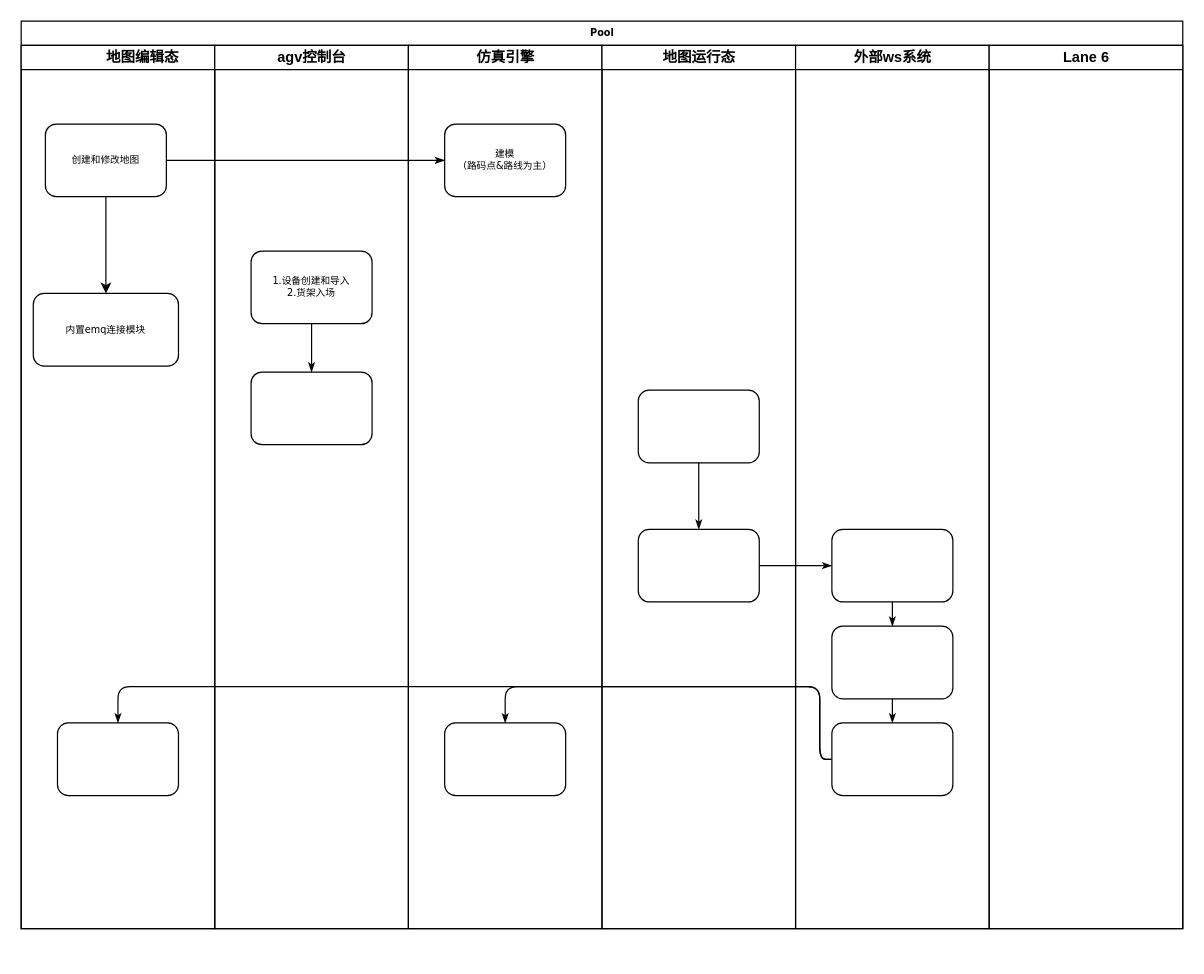
Above: 未命名绘图.drawio in longwoqiankun/drawio (draw.io), before the change. Source tidied: cells renumbered, new cells numbered last; positions are measured from the earlier drawing's top-left corner, leaving out a move shared by most shapes. Both pictures are drawn from the tidied source at 121%, with x=0, y=0 at pixel (21, 21).
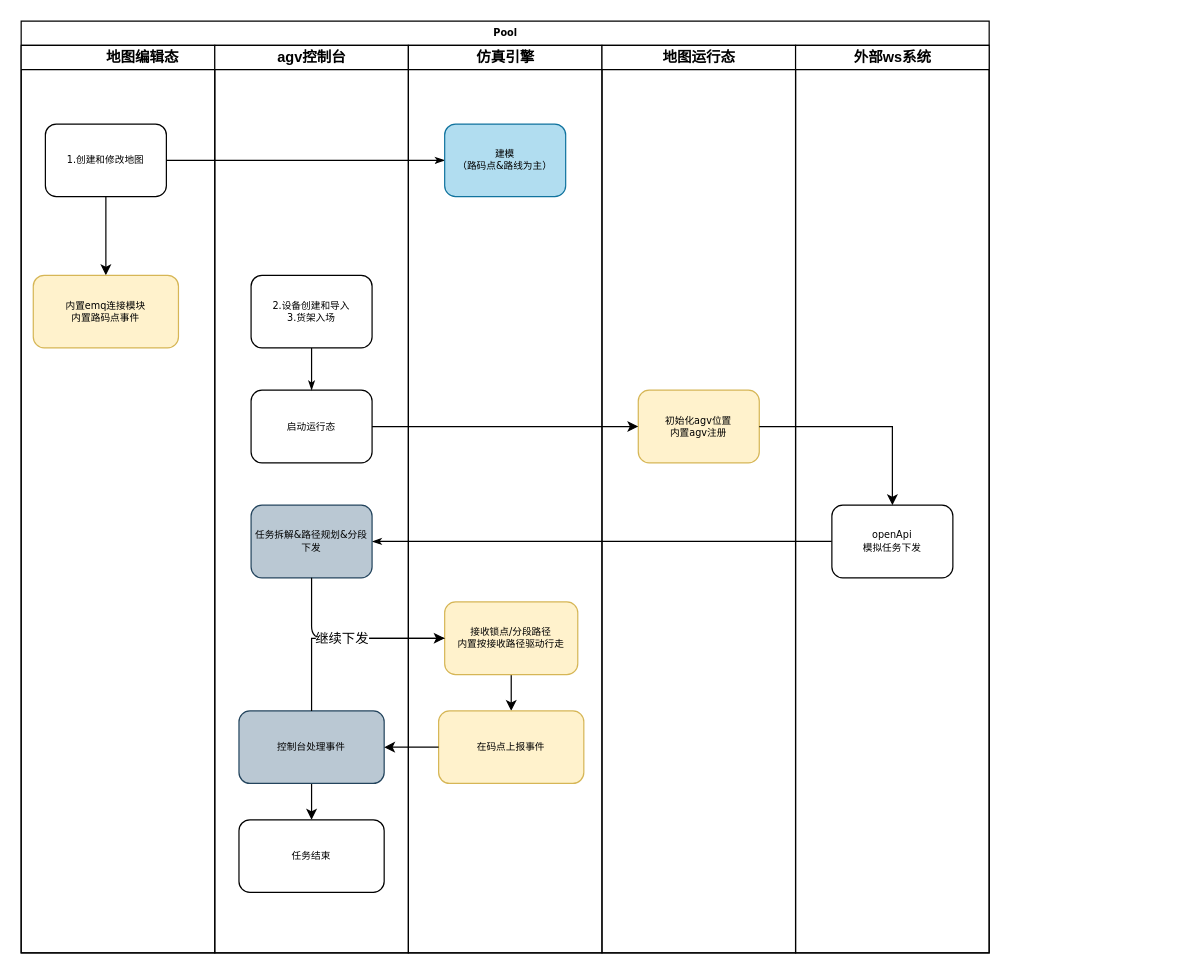
Above is the later version.

Change to the diagram source:
```diff
@@
     <mxCell id="2" value="Pool" style="swimlane;html=1;startSize=20;rounded=0;shadow=0;labelBackgroundColor=none;strokeWidth=1;fontFamily=Verdana;fontSize=8;align=center;" parent="1" vertex="1">
-      <mxGeometry width="960" height="750" as="geometry" />
+      <mxGeometry width="800" height="770" as="geometry" />
     </mxCell>
     <mxCell id="3" value="&lt;blockquote style=&quot;margin: 0 0 0 40px; border: none; padding: 0px;&quot;&gt;地图编辑态&lt;/blockquote&gt;" style="swimlane;html=1;startSize=20;" parent="2" vertex="1">
-      <mxGeometry y="20" width="160" height="730" as="geometry" />
+      <mxGeometry y="20" width="160" height="750" as="geometry" />
     </mxCell>
@@
-    <mxCell id="5" value="创建和修改地图" style="rounded=1;whiteSpace=wrap;html=1;shadow=0;labelBackgroundColor=none;strokeWidth=1;fontFamily=Verdana;fontSize=8;align=center;" parent="3" vertex="1">
+    <mxCell id="5" value="1.创建和修改地图" style="rounded=1;whiteSpace=wrap;html=1;shadow=0;labelBackgroundColor=none;strokeWidth=1;fontFamily=Verdana;fontSize=8;align=center;" parent="3" vertex="1">
       <mxGeometry x="20" y="65" width="100" height="60" as="geometry" />
     </mxCell>
-    <mxCell id="6" style="rounded=1;whiteSpace=wrap;html=1;shadow=0;labelBackgroundColor=none;strokeWidth=1;fontFamily=Verdana;fontSize=8;align=center;" parent="3" vertex="1">
-      <mxGeometry x="30" y="560" width="100" height="60" as="geometry" />
-    </mxCell>
-    <mxCell id="7" value="内置emq连接模块" style="whiteSpace=wrap;html=1;fontSize=8;fontFamily=Verdana;rounded=1;shadow=0;labelBackgroundColor=none;strokeWidth=1;" parent="3" vertex="1">
-      <mxGeometry x="10" y="205" width="120" height="60" as="geometry" />
+    <mxCell id="7" value="内置emq连接模块&lt;br&gt;内置路码点事件" style="whiteSpace=wrap;html=1;fontSize=8;fontFamily=Verdana;rounded=1;shadow=0;labelBackgroundColor=none;strokeWidth=1;fillColor=#fff2cc;strokeColor=#d6b656;" parent="3" vertex="1">
+      <mxGeometry x="10" y="190" width="120" height="60" as="geometry" />
     </mxCell>
@@
-    <mxCell id="9" style="edgeStyle=orthogonalEdgeStyle;rounded=1;html=1;labelBackgroundColor=none;startArrow=none;startFill=0;startSize=5;endArrow=classicThin;endFill=1;endSize=5;jettySize=auto;strokeWidth=1;fontFamily=Verdana;fontSize=8;" parent="2" edge="1" source="21" target="24">
+    <mxCell id="9" style="edgeStyle=orthogonalEdgeStyle;rounded=1;html=1;labelBackgroundColor=none;startArrow=none;startFill=0;startSize=5;endArrow=classicThin;endFill=1;endSize=5;jettySize=auto;strokeWidth=1;fontFamily=Verdana;fontSize=8;exitX=0;exitY=0.5;exitDx=0;exitDy=0;entryX=1;entryY=0.5;entryDx=0;entryDy=0;" parent="2" edge="1" source="24" target="21">
       <mxGeometry relative="1" as="geometry" />
     </mxCell>
-    <mxCell id="10" style="edgeStyle=orthogonalEdgeStyle;rounded=1;html=1;labelBackgroundColor=none;startArrow=none;startFill=0;startSize=5;endArrow=classicThin;endFill=1;endSize=5;jettySize=auto;strokeWidth=1;fontFamily=Verdana;fontSize=8;" parent="2" edge="1" source="26" target="17">
-      <mxGeometry relative="1" as="geometry">
-        <Array as="points">
-          <mxPoint x="660" y="610" />
-          <mxPoint x="660" y="550" />
-          <mxPoint x="400" y="550" />
-        </Array>
-      </mxGeometry>
-    </mxCell>
-    <mxCell id="11" style="edgeStyle=orthogonalEdgeStyle;rounded=1;html=1;labelBackgroundColor=none;startArrow=none;startFill=0;startSize=5;endArrow=classicThin;endFill=1;endSize=5;jettySize=auto;strokeWidth=1;fontFamily=Verdana;fontSize=8;" parent="2" edge="1" source="26" target="6">
-      <mxGeometry relative="1" as="geometry">
-        <Array as="points">
-          <mxPoint x="660" y="610" />
-          <mxPoint x="660" y="550" />
-          <mxPoint x="80" y="550" />
-        </Array>
-      </mxGeometry>
-    </mxCell>
     <mxCell id="12" value="agv控制台" style="swimlane;html=1;startSize=20;" parent="2" vertex="1">
-      <mxGeometry x="160" y="20" width="160" height="730" as="geometry" />
+      <mxGeometry x="160" y="20" width="160" height="750" as="geometry" />
     </mxCell>
-    <mxCell id="13" value="1.设备创建和导入&lt;br&gt;2.货架入场&lt;br&gt;" style="rounded=1;whiteSpace=wrap;html=1;shadow=0;labelBackgroundColor=none;strokeWidth=1;fontFamily=Verdana;fontSize=8;align=center;" parent="12" vertex="1">
-      <mxGeometry x="30" y="170" width="100" height="60" as="geometry" />
+    <mxCell id="13" value="2.设备创建和导入&lt;br&gt;3.货架入场" style="rounded=1;whiteSpace=wrap;html=1;shadow=0;labelBackgroundColor=none;strokeWidth=1;fontFamily=Verdana;fontSize=8;align=center;" parent="12" vertex="1">
+      <mxGeometry x="30" y="190" width="100" height="60" as="geometry" />
     </mxCell>
-    <mxCell id="14" style="rounded=1;whiteSpace=wrap;html=1;shadow=0;labelBackgroundColor=none;strokeWidth=1;fontFamily=Verdana;fontSize=8;align=center;" parent="12" vertex="1">
-      <mxGeometry x="30" y="270" width="100" height="60" as="geometry" />
+    <mxCell id="14" value="启动运行态" style="rounded=1;whiteSpace=wrap;html=1;shadow=0;labelBackgroundColor=none;strokeWidth=1;fontFamily=Verdana;fontSize=8;align=center;" parent="12" vertex="1">
+      <mxGeometry x="30" y="285" width="100" height="60" as="geometry" />
     </mxCell>
@@
+    <mxCell id="21" value="任务拆解&amp;amp;路径规划&amp;amp;分段下发" style="rounded=1;whiteSpace=wrap;html=1;shadow=0;labelBackgroundColor=none;strokeWidth=1;fontFamily=Verdana;fontSize=8;align=center;fillColor=#bac8d3;strokeColor=#23445d;" parent="12" vertex="1">
+      <mxGeometry x="30" y="380" width="100" height="60" as="geometry" />
+    </mxCell>
+    <mxCell id="30" style="edgeStyle=orthogonalEdgeStyle;rounded=0;jettySize=auto;html=1;" parent="12" edge="1" source="31" target="32">
+      <mxGeometry relative="1" as="geometry" />
+    </mxCell>
+    <mxCell id="31" value="控制台处理事件" style="whiteSpace=wrap;html=1;fontSize=8;fontFamily=Verdana;rounded=1;shadow=0;labelBackgroundColor=none;strokeWidth=1;fillColor=#bac8d3;strokeColor=#23445d;" parent="12" vertex="1">
+      <mxGeometry x="20" y="550" width="120" height="60" as="geometry" />
+    </mxCell>
+    <mxCell id="32" value="任务结束" style="whiteSpace=wrap;html=1;fontSize=8;fontFamily=Verdana;rounded=1;shadow=0;labelBackgroundColor=none;strokeWidth=1;" parent="12" vertex="1">
+      <mxGeometry x="20" y="640" width="120" height="60" as="geometry" />
+    </mxCell>
     <mxCell id="16" value="仿真引擎" style="swimlane;html=1;startSize=20;" parent="2" vertex="1">
-      <mxGeometry x="320" y="20" width="160" height="730" as="geometry" />
+      <mxGeometry x="320" y="20" width="160" height="750" as="geometry" />
     </mxCell>
+    <mxCell id="33" style="edgeStyle=orthogonalEdgeStyle;rounded=0;jettySize=auto;html=1;" parent="16" edge="1" source="17" target="34">
+      <mxGeometry relative="1" as="geometry" />
+    </mxCell>
-    <mxCell id="17" style="rounded=1;whiteSpace=wrap;html=1;shadow=0;labelBackgroundColor=none;strokeWidth=1;fontFamily=Verdana;fontSize=8;align=center;" parent="16" vertex="1">
-      <mxGeometry x="30" y="560" width="100" height="60" as="geometry" />
+    <mxCell id="17" value="接收锁点/分段路径&lt;br&gt;内置按接收路径驱动行走&lt;br&gt;" style="rounded=1;whiteSpace=wrap;html=1;shadow=0;labelBackgroundColor=none;strokeWidth=1;fontFamily=Verdana;fontSize=8;align=center;fillColor=#fff2cc;strokeColor=#d6b656;" parent="16" vertex="1">
+      <mxGeometry x="30" y="460" width="110" height="60" as="geometry" />
     </mxCell>
-    <mxCell id="18" value="建模&lt;br&gt;（路码点&amp;amp;路线为主）" style="rounded=1;whiteSpace=wrap;html=1;shadow=0;labelBackgroundColor=none;strokeWidth=1;fontFamily=Verdana;fontSize=8;align=center;" parent="16" vertex="1">
+    <mxCell id="18" value="建模&lt;br&gt;（路码点&amp;amp;路线为主）" style="rounded=1;whiteSpace=wrap;html=1;shadow=0;labelBackgroundColor=none;strokeWidth=1;fontFamily=Verdana;fontSize=8;align=center;fillColor=#b1ddf0;strokeColor=#10739e;" parent="16" vertex="1">
       <mxGeometry x="30" y="65" width="100" height="60" as="geometry" />
     </mxCell>
+    <mxCell id="34" value="在码点上报事件" style="whiteSpace=wrap;html=1;fontSize=8;fontFamily=Verdana;rounded=1;shadow=0;labelBackgroundColor=none;strokeWidth=1;fillColor=#fff2cc;strokeColor=#d6b656;" parent="16" vertex="1">
+      <mxGeometry x="25" y="550" width="120" height="60" as="geometry" />
+    </mxCell>
     <mxCell id="19" value="地图运行态" style="swimlane;html=1;startSize=20;" parent="2" vertex="1">
-      <mxGeometry x="480" y="20" width="160" height="730" as="geometry" />
+      <mxGeometry x="480" y="20" width="160" height="750" as="geometry" />
     </mxCell>
-    <mxCell id="20" style="rounded=1;whiteSpace=wrap;html=1;shadow=0;labelBackgroundColor=none;strokeWidth=1;fontFamily=Verdana;fontSize=8;align=center;" parent="19" vertex="1">
+    <mxCell id="20" value="初始化agv位置&lt;br&gt;内置agv注册" style="rounded=1;whiteSpace=wrap;html=1;shadow=0;labelBackgroundColor=none;strokeWidth=1;fontFamily=Verdana;fontSize=8;align=center;fillColor=#fff2cc;strokeColor=#d6b656;" parent="19" vertex="1">
       <mxGeometry x="30" y="285" width="100" height="60" as="geometry" />
     </mxCell>
-    <mxCell id="21" style="rounded=1;whiteSpace=wrap;html=1;shadow=0;labelBackgroundColor=none;strokeWidth=1;fontFamily=Verdana;fontSize=8;align=center;" parent="19" vertex="1">
-      <mxGeometry x="30" y="400" width="100" height="60" as="geometry" />
-    </mxCell>
-    <mxCell id="22" style="edgeStyle=orthogonalEdgeStyle;rounded=1;html=1;labelBackgroundColor=none;startArrow=none;startFill=0;startSize=5;endArrow=classicThin;endFill=1;endSize=5;jettySize=auto;strokeColor=#000000;strokeWidth=1;fontFamily=Verdana;fontSize=8;fontColor=#000000;entryX=0.5;entryY=0;entryDx=0;entryDy=0;" parent="19" edge="1" source="20" target="21">
-      <mxGeometry relative="1" as="geometry" />
-    </mxCell>
     <mxCell id="23" value="外部ws系统" style="swimlane;html=1;startSize=20;" parent="2" vertex="1">
-      <mxGeometry x="640" y="20" width="160" height="730" as="geometry" />
+      <mxGeometry x="640" y="20" width="160" height="750" as="geometry" />
     </mxCell>
-    <mxCell id="24" style="rounded=1;whiteSpace=wrap;html=1;shadow=0;labelBackgroundColor=none;strokeWidth=1;fontFamily=Verdana;fontSize=8;align=center;" parent="23" vertex="1">
-      <mxGeometry x="30" y="400" width="100" height="60" as="geometry" />
+    <mxCell id="24" value="openApi&lt;br&gt;模拟任务下发" style="rounded=1;whiteSpace=wrap;html=1;shadow=0;labelBackgroundColor=none;strokeWidth=1;fontFamily=Verdana;fontSize=8;align=center;" parent="23" vertex="1">
+      <mxGeometry x="30" y="380" width="100" height="60" as="geometry" />
     </mxCell>
-    <mxCell id="25" style="rounded=1;whiteSpace=wrap;html=1;shadow=0;labelBackgroundColor=none;strokeWidth=1;fontFamily=Verdana;fontSize=8;align=center;" parent="23" vertex="1">
-      <mxGeometry x="30" y="480" width="100" height="60" as="geometry" />
-    </mxCell>
-    <mxCell id="26" style="rounded=1;whiteSpace=wrap;html=1;shadow=0;labelBackgroundColor=none;strokeWidth=1;fontFamily=Verdana;fontSize=8;align=center;" parent="23" vertex="1">
-      <mxGeometry x="30" y="560" width="100" height="60" as="geometry" />
-    </mxCell>
-    <mxCell id="27" style="edgeStyle=orthogonalEdgeStyle;rounded=1;html=1;labelBackgroundColor=none;startArrow=none;startFill=0;startSize=5;endArrow=classicThin;endFill=1;endSize=5;jettySize=auto;strokeWidth=1;fontFamily=Verdana;fontSize=8;" parent="23" edge="1" source="24" target="25">
-      <mxGeometry relative="1" as="geometry" />
-    </mxCell>
-    <mxCell id="28" style="edgeStyle=orthogonalEdgeStyle;rounded=1;html=1;labelBackgroundColor=none;startArrow=none;startFill=0;startSize=5;endArrow=classicThin;endFill=1;endSize=5;jettySize=auto;strokeWidth=1;fontFamily=Verdana;fontSize=8;" parent="23" edge="1" source="25" target="26">
-      <mxGeometry relative="1" as="geometry" />
-    </mxCell>
-    <mxCell id="29" value="Lane 6" style="swimlane;html=1;startSize=20;" parent="2" vertex="1">
-      <mxGeometry x="800" y="20" width="160" height="730" as="geometry" />
-    </mxCell>
+    <mxCell id="35" style="edgeStyle=orthogonalEdgeStyle;rounded=0;jettySize=auto;html=1;exitX=1;exitY=0.5;exitDx=0;exitDy=0;entryX=0;entryY=0.5;entryDx=0;entryDy=0;" parent="2" edge="1" source="14" target="20">
+      <mxGeometry relative="1" as="geometry" />
+    </mxCell>
+    <mxCell id="36" style="edgeStyle=orthogonalEdgeStyle;rounded=1;html=1;labelBackgroundColor=none;startArrow=none;startFill=0;startSize=5;endArrow=classicThin;endFill=1;endSize=5;jettySize=auto;strokeWidth=1;fontFamily=Verdana;fontSize=8;exitX=0.5;exitY=1;exitDx=0;exitDy=0;entryX=0;entryY=0.5;entryDx=0;entryDy=0;" parent="2" edge="1" source="21" target="17">
+      <mxGeometry relative="1" as="geometry" />
+    </mxCell>
+    <mxCell id="37" style="edgeStyle=orthogonalEdgeStyle;rounded=0;jettySize=auto;html=1;exitX=1;exitY=0.5;exitDx=0;exitDy=0;entryX=0.5;entryY=0;entryDx=0;entryDy=0;" parent="2" edge="1" source="20" target="24">
+      <mxGeometry relative="1" as="geometry" />
+    </mxCell>
+    <mxCell id="38" style="edgeStyle=orthogonalEdgeStyle;rounded=0;jettySize=auto;html=1;" parent="2" edge="1" source="34" target="31">
+      <mxGeometry relative="1" as="geometry" />
+    </mxCell>
+    <mxCell id="39" value="继续下发" style="edgeStyle=orthogonalEdgeStyle;rounded=0;jettySize=auto;html=1;entryX=0;entryY=0.5;entryDx=0;entryDy=0;exitX=0.5;exitY=0;exitDx=0;exitDy=0;" parent="2" edge="1" source="31" target="17">
+      <mxGeometry relative="1" as="geometry" />
+    </mxCell>
```
